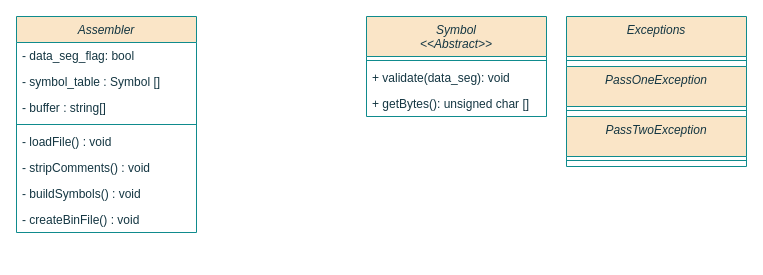
The draw.io diagram design/drawio/P2/ClassUML.drawio in podefero/VirtualAssembler, before the edit. Source tidied: cells renumbered, new cells numbered last; positions are measured from the earlier drawing's top-left corner, leaving out a move shared by most shapes. Both pictures are drawn from the tidied source at 100%, with x=0, y=0 at pixel (16, 16).
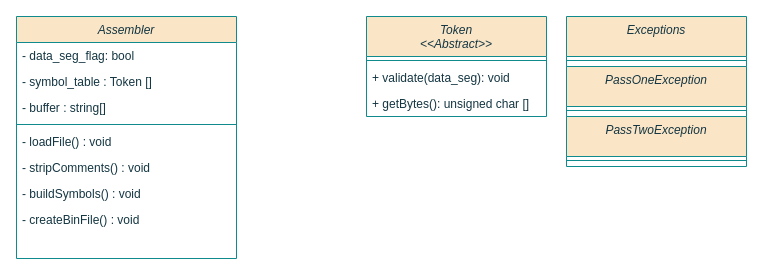
The same diagram, later.

Diff of the diagram source:
```diff
@@
     <mxCell id="2" value="Assembler" style="swimlane;fontStyle=2;align=center;verticalAlign=top;horizontal=1;startSize=26;rounded=0;shadow=0;strokeWidth=1;labelBackgroundColor=none;fillColor=#FAE5C7;strokeColor=#0F8B8D;fontColor=#143642;" parent="1" vertex="1">
-      <mxGeometry width="180" height="216" as="geometry" />
+      <mxGeometry width="220" height="242" as="geometry" />
     </mxCell>
     <mxCell id="3" value="- data_seg_flag: bool" style="text;align=left;verticalAlign=top;spacingLeft=4;spacingRight=4;overflow=hidden;labelBackgroundColor=none;fontColor=#143642;" parent="2" vertex="1">
-      <mxGeometry y="26" width="180" height="26" as="geometry" />
+      <mxGeometry y="26" width="220" height="26" as="geometry" />
     </mxCell>
-    <mxCell id="4" value="- symbol_table : Symbol []" style="text;align=left;verticalAlign=top;spacingLeft=4;spacingRight=4;overflow=hidden;labelBackgroundColor=none;fontColor=#143642;" parent="2" vertex="1">
-      <mxGeometry y="52" width="180" height="26" as="geometry" />
+    <mxCell id="4" value="- symbol_table : Token []" style="text;align=left;verticalAlign=top;spacingLeft=4;spacingRight=4;overflow=hidden;labelBackgroundColor=none;fontColor=#143642;" parent="2" vertex="1">
+      <mxGeometry y="52" width="220" height="26" as="geometry" />
     </mxCell>
     <mxCell id="5" value="- buffer : string[]" style="text;align=left;verticalAlign=top;spacingLeft=4;spacingRight=4;overflow=hidden;labelBackgroundColor=none;fontColor=#143642;" parent="2" vertex="1">
-      <mxGeometry y="78" width="180" height="26" as="geometry" />
+      <mxGeometry y="78" width="220" height="26" as="geometry" />
     </mxCell>
     <mxCell id="6" style="line;html=1;strokeWidth=1;align=left;verticalAlign=middle;spacingTop=-1;spacingLeft=3;spacingRight=3;labelPosition=right;labelBackgroundColor=none;fillColor=#FAE5C7;strokeColor=#0F8B8D;fontColor=#143642;" parent="2" vertex="1">
-      <mxGeometry y="104" width="180" height="8" as="geometry" />
+      <mxGeometry y="104" width="220" height="8" as="geometry" />
     </mxCell>
     <mxCell id="7" value="- loadFile() : void" style="text;align=left;verticalAlign=top;spacingLeft=4;spacingRight=4;overflow=hidden;labelBackgroundColor=none;fontColor=#143642;" parent="2" vertex="1">
-      <mxGeometry y="112" width="180" height="26" as="geometry" />
+      <mxGeometry y="112" width="220" height="26" as="geometry" />
     </mxCell>
     <mxCell id="8" value="- stripComments() : void" style="text;align=left;verticalAlign=top;spacingLeft=4;spacingRight=4;overflow=hidden;labelBackgroundColor=none;fontColor=#143642;" parent="2" vertex="1">
-      <mxGeometry y="138" width="180" height="26" as="geometry" />
+      <mxGeometry y="138" width="220" height="26" as="geometry" />
     </mxCell>
     <mxCell id="9" value="- buildSymbols() : void" style="text;align=left;verticalAlign=top;spacingLeft=4;spacingRight=4;overflow=hidden;labelBackgroundColor=none;fontColor=#143642;" parent="2" vertex="1">
-      <mxGeometry y="164" width="180" height="26" as="geometry" />
+      <mxGeometry y="164" width="220" height="26" as="geometry" />
     </mxCell>
     <mxCell id="10" value="- createBinFile() : void" style="text;align=left;verticalAlign=top;spacingLeft=4;spacingRight=4;overflow=hidden;labelBackgroundColor=none;fontColor=#143642;" parent="2" vertex="1">
-      <mxGeometry y="190" width="180" height="26" as="geometry" />
+      <mxGeometry y="190" width="220" height="26" as="geometry" />
     </mxCell>
-    <mxCell id="11" value="Symbol&#10;&lt;&lt;Abstract&gt;&gt;" style="swimlane;fontStyle=2;align=center;verticalAlign=top;horizontal=1;startSize=40;rounded=0;shadow=0;strokeWidth=1;labelBackgroundColor=none;fillColor=#FAE5C7;strokeColor=#0F8B8D;fontColor=#143642;" parent="1" vertex="1">
+    <mxCell id="11" value="Token&#10;&lt;&lt;Abstract&gt;&gt;" style="swimlane;fontStyle=2;align=center;verticalAlign=top;horizontal=1;startSize=40;rounded=0;shadow=0;strokeWidth=1;labelBackgroundColor=none;fillColor=#FAE5C7;strokeColor=#0F8B8D;fontColor=#143642;" parent="1" vertex="1">
       <mxGeometry x="350" width="180" height="100" as="geometry" />
     </mxCell>
```
